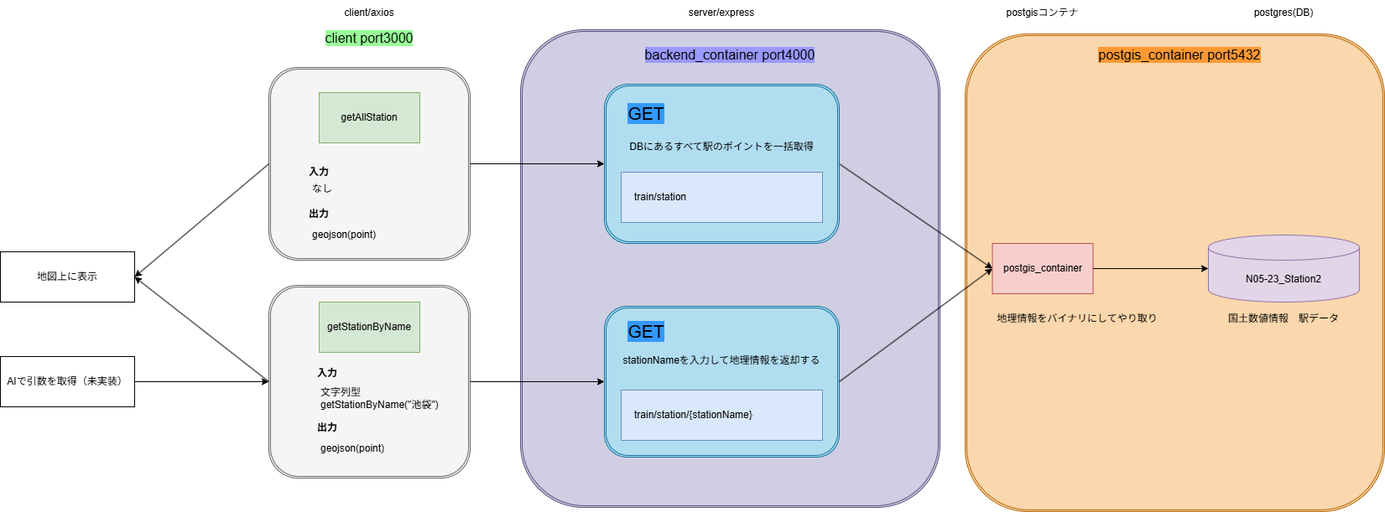
Above: 01_設計/image/プロトタイプ_postgis_RESTAPI_構成.drawio.png in mayuge/SPECTRA (draw.io), before the change. Source tidied: cells renumbered, new cells last; positions are measured from the earlier drawing's top-left corner, leaving out a move shared by most shapes.
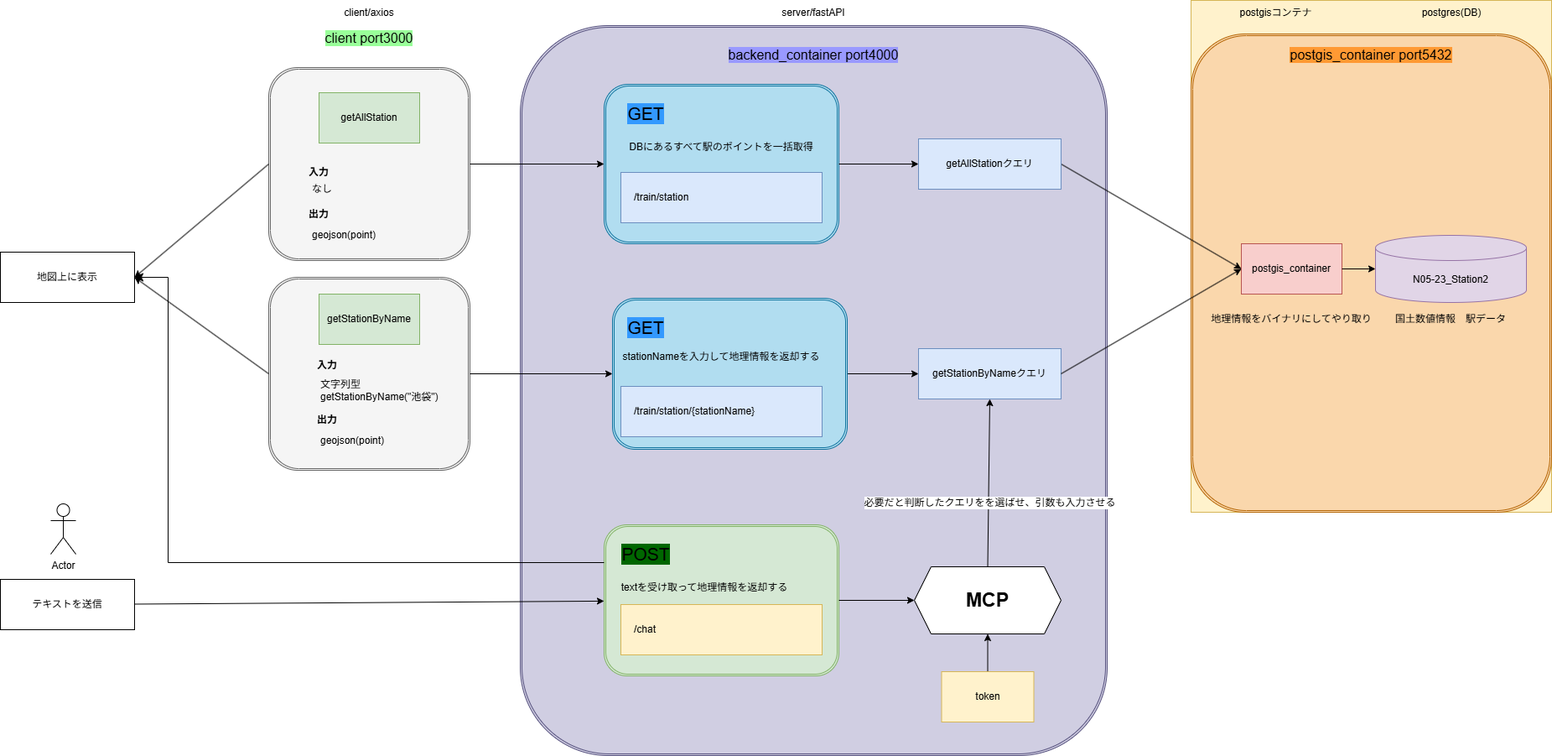
Above is the later version.

Commit message:
docs:バックエンド側構成図

Change to the diagram source:
```diff
@@ -2,37 +2,25 @@
   <root>
     <mxCell id="0" />
     <mxCell id="1" parent="0" />
-    <mxCell id="2" style="shape=ext;double=1;rounded=1;whiteSpace=wrap;html=1;fillColor=#fad7ac;strokeColor=#b46504;" parent="1" vertex="1">
-      <mxGeometry x="1150" y="40" width="500" height="570" as="geometry" />
-    </mxCell>
     <mxCell id="3" value="client/axios" style="text;html=1;align=center;verticalAlign=middle;whiteSpace=wrap;rounded=0;" parent="1" vertex="1">
       <mxGeometry x="390" width="100" height="30" as="geometry" />
     </mxCell>
-    <mxCell id="4" value="server/express" style="text;html=1;align=center;verticalAlign=middle;whiteSpace=wrap;rounded=0;" parent="1" vertex="1">
-      <mxGeometry x="815" width="90" height="30" as="geometry" />
+    <mxCell id="4" value="server/fastAPI" style="text;html=1;align=center;verticalAlign=middle;whiteSpace=wrap;rounded=0;" parent="1" vertex="1">
+      <mxGeometry x="925" width="90" height="30" as="geometry" />
     </mxCell>
-    <mxCell id="5" value="postgis_container" style="rounded=0;whiteSpace=wrap;html=1;fillColor=#f8cecc;strokeColor=#b85450;" parent="1" vertex="1">
-      <mxGeometry x="1182.5" y="290" width="120" height="60" as="geometry" />
-    </mxCell>
-    <mxCell id="6" value="postgisコンテナ" style="text;html=1;align=center;verticalAlign=middle;whiteSpace=wrap;rounded=0;" parent="1" vertex="1">
-      <mxGeometry x="1191.2" width="102.5" height="30" as="geometry" />
-    </mxCell>
-    <mxCell id="7" value="postgres(DB)" style="text;html=1;align=center;verticalAlign=middle;whiteSpace=wrap;rounded=0;" parent="1" vertex="1">
-      <mxGeometry x="1480" width="100" height="30" as="geometry" />
-    </mxCell>
-    <mxCell id="8" value="N05-23_Station2" style="shape=cylinder3;whiteSpace=wrap;html=1;boundedLbl=1;backgroundOutline=1;size=15;fillColor=#e1d5e7;strokeColor=#9673a6;" parent="1" vertex="1">
-      <mxGeometry x="1440" y="280" width="180" height="80" as="geometry" />
-    </mxCell>
     <mxCell id="9" style="group;" parent="1" vertex="1">
-      <mxGeometry x="720" y="365" width="400" height="245" as="geometry" />
+      <mxGeometry x="720" y="360" width="600" height="540" as="geometry" />
     </mxCell>
     <mxCell id="10" style="shape=ext;double=1;rounded=1;whiteSpace=wrap;html=1;fillColor=#d0cee2;strokeColor=#56517e;" parent="9" vertex="1">
-      <mxGeometry x="-100" y="-330" width="500" height="570" as="geometry" />
+      <mxGeometry x="-100" y="-330" width="700" height="870" as="geometry" />
     </mxCell>
+    <mxCell id="49" style="edgeStyle=none;html=1;exitX=1;exitY=0.5;exitDx=0;exitDy=0;" parent="9" edge="1" source="11" target="59">
+      <mxGeometry relative="1" as="geometry" />
+    </mxCell>
     <mxCell id="11" style="shape=ext;double=1;rounded=1;whiteSpace=wrap;html=1;fillColor=#b1ddf0;strokeColor=#10739e;" parent="9" vertex="1">
-      <mxGeometry width="280" height="180" as="geometry" />
+      <mxGeometry x="10" y="-5" width="280" height="180" as="geometry" />
     </mxCell>
-    <mxCell id="12" value="&lt;span style=&quot;color: rgb(0, 0, 0);&quot;&gt;train/station/{stationName}&lt;/span&gt;" style="rounded=0;whiteSpace=wrap;html=1;fillColor=#dae8fc;strokeColor=#6c8ebf;align=left;spacing=16;" parent="9" vertex="1">
+    <mxCell id="12" value="&lt;span style=&quot;color: rgb(0, 0, 0);&quot;&gt;/train/station/{stationName}&lt;/span&gt;" style="rounded=0;whiteSpace=wrap;html=1;fillColor=#dae8fc;strokeColor=#6c8ebf;align=left;spacing=16;" parent="9" vertex="1">
       <mxGeometry x="20" y="100" width="240" height="60" as="geometry" />
     </mxCell>
     <mxCell id="13" value="GET" style="text;html=1;align=center;verticalAlign=middle;whiteSpace=wrap;rounded=0;labelBackgroundColor=#3399FF;fontSize=21;" parent="9" vertex="1">
@@ -41,6 +29,42 @@
     <mxCell id="14" value="stationNameを入力して地理情報を返却する" style="text;html=1;align=center;verticalAlign=middle;whiteSpace=wrap;rounded=0;" parent="9" vertex="1">
       <mxGeometry x="20" y="50" width="240" height="30" as="geometry" />
     </mxCell>
+    <mxCell id="50" style="group;" parent="9" vertex="1">
+      <mxGeometry x="-10" y="265" width="290" height="180" as="geometry" />
+    </mxCell>
+    <mxCell id="51" style="shape=ext;double=1;rounded=1;whiteSpace=wrap;html=1;fillColor=#d5e8d4;strokeColor=#82b366;" parent="50" vertex="1">
+      <mxGeometry x="10" width="280" height="180" as="geometry" />
+    </mxCell>
+    <mxCell id="52" value="POST" style="text;html=1;align=center;verticalAlign=middle;whiteSpace=wrap;rounded=0;labelBackgroundColor=#006600;fontSize=21;" parent="50" vertex="1">
+      <mxGeometry x="30" y="20" width="60" height="30" as="geometry" />
+    </mxCell>
+    <mxCell id="53" value="/chat" style="rounded=0;whiteSpace=wrap;html=1;fillColor=#fff2cc;strokeColor=#d6b656;align=left;spacing=16;" parent="50" vertex="1">
+      <mxGeometry x="30" y="95" width="240" height="60" as="geometry" />
+    </mxCell>
+    <mxCell id="54" value="textを受け取って地理情報を返却する" style="text;html=1;align=center;verticalAlign=middle;whiteSpace=wrap;rounded=0;" parent="50" vertex="1">
+      <mxGeometry x="10" y="60" width="240" height="30" as="geometry" />
+    </mxCell>
+    <mxCell id="55" style="edgeStyle=none;html=1;exitX=0.5;exitY=0;exitDx=0;exitDy=0;entryX=0.5;entryY=1;entryDx=0;entryDy=0;" parent="9" edge="1" source="57" target="59">
+      <mxGeometry relative="1" as="geometry" />
+    </mxCell>
+    <mxCell id="56" value="必要だと判断したクエリをを選ばせ、引数も入力させる" style="edgeLabel;html=1;align=center;verticalAlign=middle;fontSize=12;" parent="55" vertex="1">
+      <mxGeometry x="-0.23" y="-1" relative="1" as="geometry" />
+    </mxCell>
+    <mxCell id="57" value="&lt;font style=&quot;font-size: 23px;&quot;&gt;&lt;b&gt;MCP&lt;/b&gt;&lt;/font&gt;" style="shape=hexagon;perimeter=hexagonPerimeter2;whiteSpace=wrap;html=1;fixedSize=1;" parent="9" vertex="1">
+      <mxGeometry x="370" y="315" width="175" height="80" as="geometry" />
+    </mxCell>
+    <mxCell id="58" style="edgeStyle=none;html=1;exitX=1;exitY=0.5;exitDx=0;exitDy=0;" parent="9" edge="1" source="51" target="57">
+      <mxGeometry relative="1" as="geometry" />
+    </mxCell>
+    <mxCell id="59" value="getStationByNameクエリ" style="rounded=0;whiteSpace=wrap;html=1;fillColor=#dae8fc;strokeColor=#6c8ebf;" parent="9" vertex="1">
+      <mxGeometry x="375" y="55" width="170" height="60" as="geometry" />
+    </mxCell>
+    <mxCell id="60" style="edgeStyle=none;html=1;exitX=0.5;exitY=0;exitDx=0;exitDy=0;entryX=0.5;entryY=1;entryDx=0;entryDy=0;" parent="9" edge="1" source="61" target="57">
+      <mxGeometry relative="1" as="geometry" />
+    </mxCell>
+    <mxCell id="61" value="token" style="rounded=0;whiteSpace=wrap;html=1;fillColor=#fff2cc;strokeColor=#d6b656;align=center;spacing=16;" parent="9" vertex="1">
+      <mxGeometry x="402.5" y="440" width="110" height="60" as="geometry" />
+    </mxCell>
     <mxCell id="15" style="group;" parent="1" vertex="1">
       <mxGeometry x="320" y="80" width="240" height="230" as="geometry" />
     </mxCell>
@@ -63,7 +87,7 @@
       <mxGeometry x="50" y="130" width="120" height="30" as="geometry" />
     </mxCell>
     <mxCell id="22" style="group;" parent="1" vertex="1">
-      <mxGeometry x="320" y="340" width="240" height="230" as="geometry" />
+      <mxGeometry x="320" y="330" width="240" height="230" as="geometry" />
     </mxCell>
     <mxCell id="23" style="shape=ext;double=1;rounded=1;whiteSpace=wrap;html=1;fillColor=#f5f5f5;strokeColor=#666666;fontColor=#333333;" parent="22" vertex="1">
       <mxGeometry width="240" height="230" as="geometry" />
@@ -89,31 +113,13 @@
     <mxCell id="30" style="endArrow=classic;html=1;exitX=1;exitY=0.5;exitDx=0;exitDy=0;entryX=0;entryY=0.5;entryDx=0;entryDy=0;" parent="1" edge="1" source="23" target="11">
       <mxGeometry relative="1" as="geometry" />
     </mxCell>
-    <mxCell id="31" style="endArrow=classic;html=1;exitX=1;exitY=0.5;exitDx=0;exitDy=0;entryX=0;entryY=0.5;entryDx=0;entryDy=0;" parent="1" edge="1" source="38" target="5">
-      <mxGeometry relative="1" as="geometry" />
-    </mxCell>
-    <mxCell id="32" style="endArrow=classic;html=1;exitX=1;exitY=0.5;exitDx=0;exitDy=0;entryX=0;entryY=0.5;entryDx=0;entryDy=0;" parent="1" edge="1" source="11" target="5">
-      <mxGeometry relative="1" as="geometry" />
-    </mxCell>
-    <mxCell id="33" style="endArrow=classic;html=1;exitX=1;exitY=0.5;exitDx=0;exitDy=0;entryX=0;entryY=0.5;entryDx=0;entryDy=0;entryPerimeter=0;" parent="1" edge="1" source="5" target="8">
-      <mxGeometry relative="1" as="geometry" />
-    </mxCell>
-    <mxCell id="34" value="国土数値情報　駅データ" style="text;html=1;align=center;verticalAlign=middle;whiteSpace=wrap;rounded=0;" parent="1" vertex="1">
-      <mxGeometry x="1460" y="365" width="140" height="30" as="geometry" />
-    </mxCell>
-    <mxCell id="35" value="地理情報をバイナリにしてやり取り" style="text;html=1;align=center;verticalAlign=middle;whiteSpace=wrap;rounded=0;" parent="1" vertex="1">
-      <mxGeometry x="1180" y="365" width="207.5" height="30" as="geometry" />
-    </mxCell>
-    <mxCell id="36" value="postgis_container port5432" style="text;html=1;align=center;verticalAlign=middle;whiteSpace=wrap;rounded=0;labelBackgroundColor=#FF9933;fontSize=16;" parent="1" vertex="1">
-      <mxGeometry x="1302.5" y="50" width="205.6" height="30" as="geometry" />
-    </mxCell>
     <mxCell id="37" style="group;" parent="1" vertex="1">
       <mxGeometry x="720" y="100" width="280" height="190" as="geometry" />
     </mxCell>
     <mxCell id="38" style="shape=ext;double=1;rounded=1;whiteSpace=wrap;html=1;fillColor=#b1ddf0;strokeColor=#10739e;" parent="37" vertex="1">
       <mxGeometry width="280" height="190" as="geometry" />
     </mxCell>
-    <mxCell id="39" value="train/station" style="rounded=0;whiteSpace=wrap;html=1;fillColor=#dae8fc;strokeColor=#6c8ebf;align=left;spacing=16;" parent="37" vertex="1">
+    <mxCell id="39" value="/train/station" style="rounded=0;whiteSpace=wrap;html=1;fillColor=#dae8fc;strokeColor=#6c8ebf;align=left;spacing=16;" parent="37" vertex="1">
       <mxGeometry x="20" y="105" width="240" height="60" as="geometry" />
     </mxCell>
     <mxCell id="40" value="GET" style="text;html=1;align=center;verticalAlign=middle;whiteSpace=wrap;rounded=0;labelBackgroundColor=#3399FF;fontSize=21;" parent="37" vertex="1">
@@ -122,26 +128,78 @@
     <mxCell id="41" value="DBにあるすべて駅のポイントを一括取得" style="text;html=1;align=center;verticalAlign=middle;whiteSpace=wrap;rounded=0;" parent="37" vertex="1">
       <mxGeometry x="20" y="60" width="240" height="30" as="geometry" />
     </mxCell>
-    <mxCell id="42" value="backend_container port4000" style="text;html=1;align=center;verticalAlign=middle;whiteSpace=wrap;rounded=0;labelBackgroundColor=#9999FF;fontSize=16;" parent="1" vertex="1">
-      <mxGeometry x="767.2" y="50" width="205.6" height="30" as="geometry" />
-    </mxCell>
     <mxCell id="43" value="client port3000" style="text;html=1;align=center;verticalAlign=middle;whiteSpace=wrap;rounded=0;labelBackgroundColor=#99FF99;fontSize=16;" parent="1" vertex="1">
       <mxGeometry x="337.2" y="30" width="205.6" height="30" as="geometry" />
     </mxCell>
     <mxCell id="44" value="地図上に表示" style="rounded=0;whiteSpace=wrap;html=1;" parent="1" vertex="1">
       <mxGeometry y="300" width="160" height="60" as="geometry" />
     </mxCell>
+    <mxCell id="62" style="edgeStyle=none;html=1;" parent="1" edge="1" source="45" target="51">
+      <mxGeometry relative="1" as="geometry" />
+    </mxCell>
-    <mxCell id="45" value="AIで引数を取得（未実装）" style="rounded=0;whiteSpace=wrap;html=1;" parent="1" vertex="1">
-      <mxGeometry y="425" width="160" height="60" as="geometry" />
+    <mxCell id="45" value="テキストを送信" style="rounded=0;whiteSpace=wrap;html=1;" parent="1" vertex="1">
+      <mxGeometry y="690" width="160" height="60" as="geometry" />
     </mxCell>
     <mxCell id="46" style="endArrow=classic;html=1;exitX=0;exitY=0.5;exitDx=0;exitDy=0;entryX=1;entryY=0.5;entryDx=0;entryDy=0;" parent="1" edge="1" source="16" target="44">
       <mxGeometry relative="1" as="geometry" />
     </mxCell>
-    <mxCell id="47" style="endArrow=classic;html=1;exitX=1;exitY=0.5;exitDx=0;exitDy=0;entryX=0;entryY=0.5;entryDx=0;entryDy=0;" parent="1" edge="1" source="45" target="23">
-      <mxGeometry relative="1" as="geometry" />
-    </mxCell>
     <mxCell id="48" style="endArrow=classic;html=1;exitX=0;exitY=0.5;exitDx=0;exitDy=0;entryX=1;entryY=0.5;entryDx=0;entryDy=0;" parent="1" edge="1" source="23" target="44">
       <mxGeometry relative="1" as="geometry" />
     </mxCell>
+    <mxCell id="63" value="Actor" style="shape=umlActor;verticalLabelPosition=bottom;verticalAlign=top;html=1;" parent="1" vertex="1">
+      <mxGeometry x="60" y="600" width="30" height="60" as="geometry" />
+    </mxCell>
+    <mxCell id="64" style="group;fillColor=#fff2cc;strokeColor=#d6b656;" parent="1" vertex="1">
+      <mxGeometry x="1420" width="430" height="610" as="geometry" />
+    </mxCell>
+    <mxCell id="2" style="shape=ext;double=1;rounded=1;whiteSpace=wrap;html=1;fillColor=#fad7ac;strokeColor=#b46504;" parent="64" vertex="1">
+      <mxGeometry y="40" width="430" height="570" as="geometry" />
+    </mxCell>
+    <mxCell id="5" value="postgis_container" style="rounded=0;whiteSpace=wrap;html=1;fillColor=#f8cecc;strokeColor=#b85450;" parent="64" vertex="1">
+      <mxGeometry x="60" y="290" width="120" height="60" as="geometry" />
+    </mxCell>
+    <mxCell id="6" value="postgisコンテナ" style="text;html=1;align=center;verticalAlign=middle;whiteSpace=wrap;rounded=0;" parent="64" vertex="1">
+      <mxGeometry x="50" width="102.5" height="30" as="geometry" />
+    </mxCell>
+    <mxCell id="7" value="postgres(DB)" style="text;html=1;align=center;verticalAlign=middle;whiteSpace=wrap;rounded=0;" parent="64" vertex="1">
+      <mxGeometry x="261" width="100" height="30" as="geometry" />
+    </mxCell>
+    <mxCell id="8" value="N05-23_Station2" style="shape=cylinder3;whiteSpace=wrap;html=1;boundedLbl=1;backgroundOutline=1;size=15;fillColor=#e1d5e7;strokeColor=#9673a6;" parent="64" vertex="1">
+      <mxGeometry x="220" y="280" width="180" height="80" as="geometry" />
+    </mxCell>
+    <mxCell id="33" style="endArrow=classic;html=1;exitX=1;exitY=0.5;exitDx=0;exitDy=0;entryX=0;entryY=0.5;entryDx=0;entryDy=0;entryPerimeter=0;" parent="64" edge="1" source="5" target="8">
+      <mxGeometry relative="1" as="geometry" />
+    </mxCell>
+    <mxCell id="34" value="国土数値情報　駅データ" style="text;html=1;align=center;verticalAlign=middle;whiteSpace=wrap;rounded=0;" parent="64" vertex="1">
+      <mxGeometry x="240" y="365" width="140" height="30" as="geometry" />
+    </mxCell>
+    <mxCell id="35" value="地理情報をバイナリにしてやり取り" style="text;html=1;align=center;verticalAlign=middle;whiteSpace=wrap;rounded=0;" parent="64" vertex="1">
+      <mxGeometry x="16.2" y="365" width="207.5" height="30" as="geometry" />
+    </mxCell>
+    <mxCell id="36" value="postgis_container port5432" style="text;html=1;align=center;verticalAlign=middle;whiteSpace=wrap;rounded=0;labelBackgroundColor=#FF9933;fontSize=16;" parent="64" vertex="1">
+      <mxGeometry x="112.2" y="50" width="205.6" height="30" as="geometry" />
+    </mxCell>
+    <mxCell id="42" value="backend_container port4000" style="text;html=1;align=center;verticalAlign=middle;whiteSpace=wrap;rounded=0;labelBackgroundColor=#9999FF;fontSize=16;" parent="1" vertex="1">
+      <mxGeometry x="867.2" y="50" width="205.6" height="30" as="geometry" />
+    </mxCell>
+    <mxCell id="65" style="edgeStyle=none;html=1;exitX=0;exitY=0.5;exitDx=0;exitDy=0;endArrow=none;endFill=0;startArrow=classic;startFill=1;" parent="1" edge="1" source="67" target="38">
+      <mxGeometry relative="1" as="geometry" />
+    </mxCell>
+    <mxCell id="66" style="edgeStyle=none;html=1;exitX=1;exitY=0.5;exitDx=0;exitDy=0;entryX=0;entryY=0.5;entryDx=0;entryDy=0;" parent="1" edge="1" source="67" target="5">
+      <mxGeometry relative="1" as="geometry" />
+    </mxCell>
+    <mxCell id="67" value="getAllStationクエリ" style="rounded=0;whiteSpace=wrap;html=1;fillColor=#dae8fc;strokeColor=#6c8ebf;" parent="1" vertex="1">
+      <mxGeometry x="1095" y="165" width="170" height="60" as="geometry" />
+    </mxCell>
+    <mxCell id="68" style="edgeStyle=none;html=1;exitX=1;exitY=0.5;exitDx=0;exitDy=0;entryX=0;entryY=0.5;entryDx=0;entryDy=0;" parent="1" edge="1" source="59" target="5">
+      <mxGeometry relative="1" as="geometry" />
+    </mxCell>
+    <mxCell id="69" style="edgeStyle=elbowEdgeStyle;elbow=horizontal;endArrow=classic;html=1;curved=0;rounded=0;endSize=8;startSize=8;exitX=0;exitY=0.25;exitDx=0;exitDy=0;entryX=1;entryY=0.5;entryDx=0;entryDy=0;" parent="1" edge="1" source="51" target="44">
+      <mxGeometry relative="1" as="geometry">
+        <Array as="points">
+          <mxPoint x="200" y="530" />
+        </Array>
+      </mxGeometry>
+    </mxCell>
   </root>
 </mxGraphModel>
```
